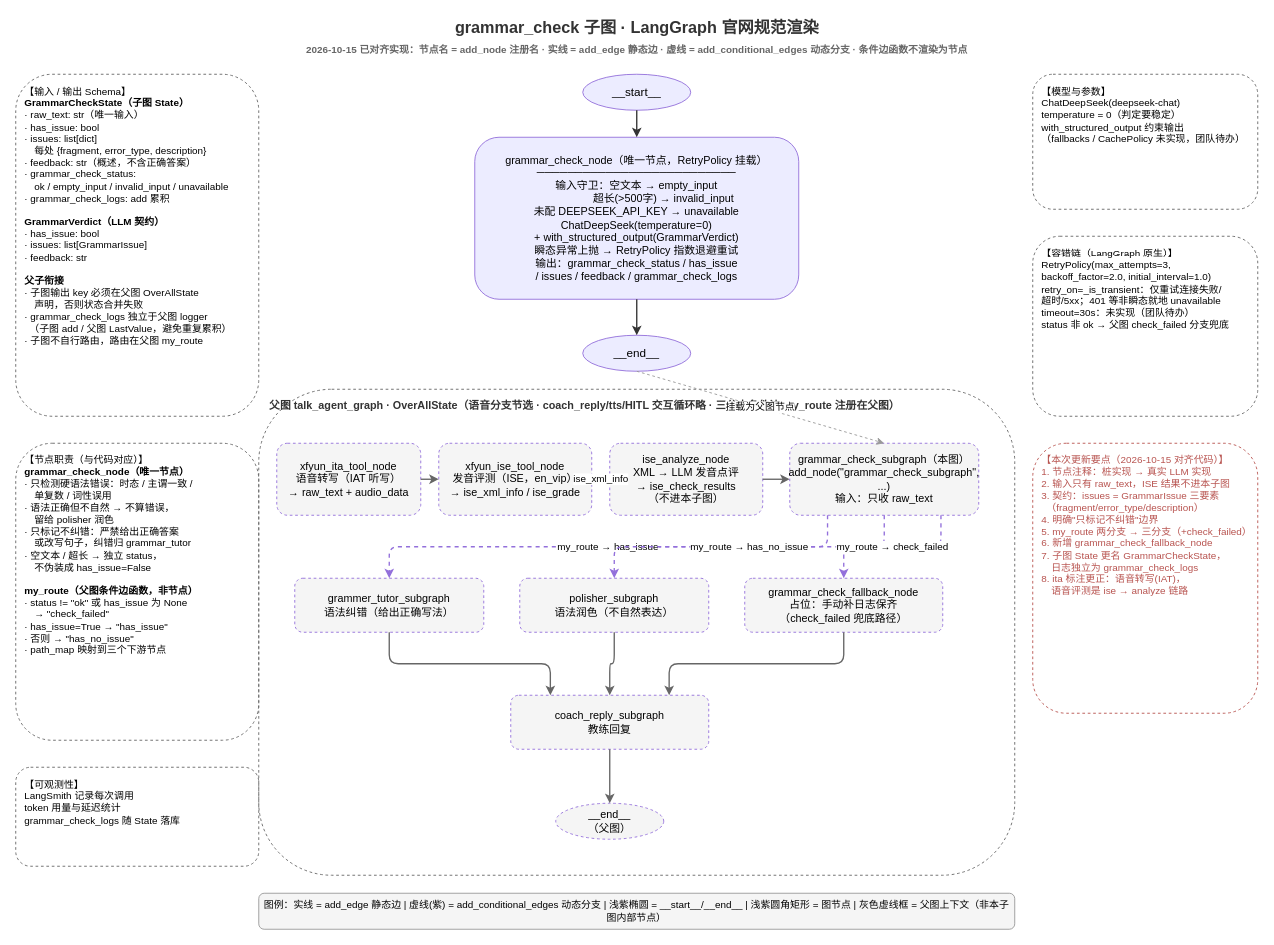
Earlier version of the draw.io diagram backend/src/talk_agent/document/grammar_check_subgraph.drawio (Ekko306/dialog-ai). Source tidied: cells renumbered, new cells numbered last; positions are measured from the earlier drawing's top-left corner, leaving out a move shared by most shapes. Both pictures are drawn from the tidied source at 90%, with x=0, y=0 at pixel (15, 15).
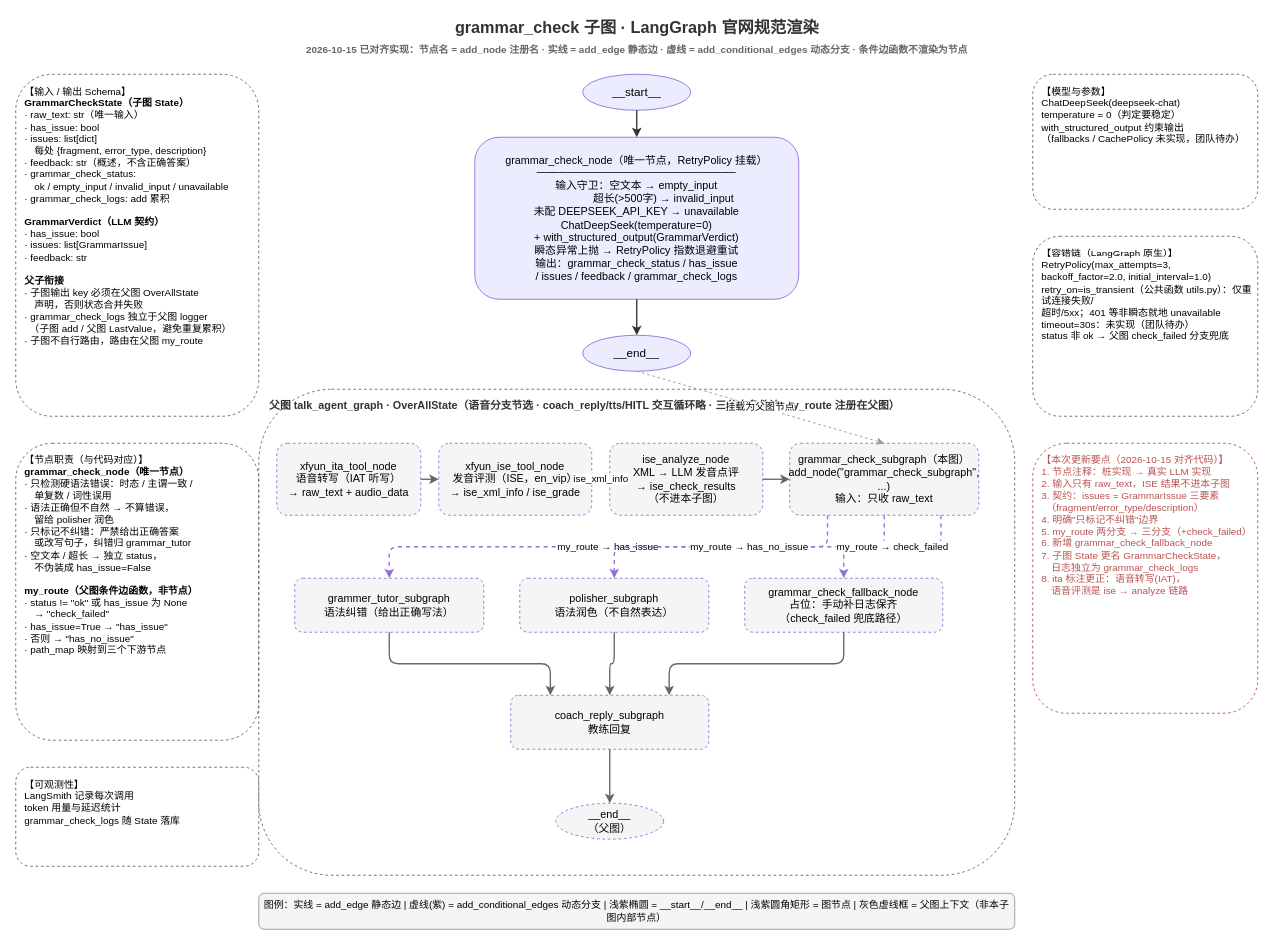
Above is the later version.

Commit message (it also covers changes not shown here):
refactor: 按 PR 评审意见重构 grammar_check 模块结构

The edit, as a diff of the source:
```diff
@@
-    <mxCell id="33" value="【容错链（LangGraph 原生）】&lt;br&gt;RetryPolicy(max_attempts=3,&lt;br&gt;backoff_factor=2.0, initial_interval=1.0)&lt;br&gt;retry_on=_is_transient：仅重试连接失败/&lt;br&gt;超时/5xx；401 等非瞬态就地 unavailable&lt;br&gt;timeout=30s：未实现（团队待办）&lt;br&gt;status 非 ok → 父图 check_failed 分支兜底" style="rounded=1;whiteSpace=wrap;html=1;dashed=1;fillColor=none;strokeColor=#666666;align=left;verticalAlign=top;fontSize=11;spacingLeft=8;spacingTop=6;" parent="1" vertex="1">
+    <mxCell id="33" value="【容错链（LangGraph 原生）】&lt;br&gt;RetryPolicy(max_attempts=3,&lt;br&gt;backoff_factor=2.0, initial_interval=1.0)&lt;br&gt;retry_on=is_transient（公共函数 utils.py）：仅重试连接失败/&lt;br&gt;超时/5xx；401 等非瞬态就地 unavailable&lt;br&gt;timeout=30s：未实现（团队待办）&lt;br&gt;status 非 ok → 父图 check_failed 分支兜底" style="rounded=1;whiteSpace=wrap;html=1;dashed=1;fillColor=none;strokeColor=#666666;align=left;verticalAlign=top;fontSize=11;spacingLeft=8;spacingTop=6;" parent="1" vertex="1">
       <mxGeometry x="1130" y="245" width="250" height="200" as="geometry" />
     </mxCell>
```
